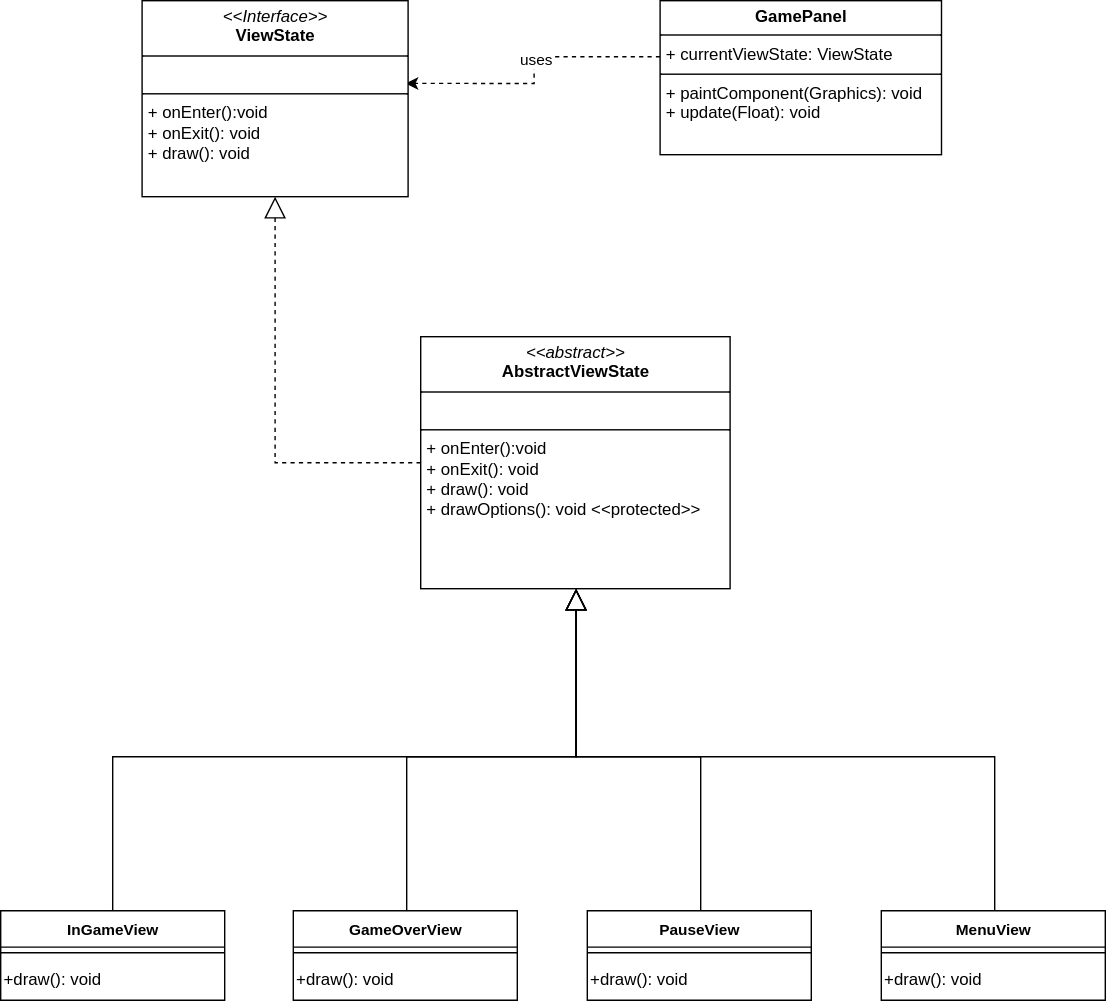
Before: report/svg/AbstractViewState.svg, a diagram exported from draw.io (unibo-oop-projects/OOP24-AlessandroRebosio-FilippoRicciotti-Grace-GraziaBochdanovits-RenovateBot-coffeBreak). Source tidied: cells renumbered, new cells last; positions are measured from the earlier drawing's top-left corner, leaving out a move shared by most shapes. Source of this version:
```xml
<mxGraphModel>
  <root>
    <mxCell id="0" />
    <mxCell id="1" parent="0" />
    <mxCell id="2" style="edgeStyle=orthogonalEdgeStyle;rounded=0;jettySize=auto;html=1;dashed=1;endArrow=block;endFill=0;endSize=13;" parent="1" edge="1" source="3" target="23">
      <mxGeometry relative="1" as="geometry" />
    </mxCell>
    <mxCell id="3" value="&lt;p style=&quot;margin:0px;margin-top:4px;text-align:center;&quot;&gt;&lt;i&gt;&amp;lt;&amp;lt;abstract&amp;gt;&amp;gt;&lt;/i&gt;&lt;br&gt;&lt;b&gt;AbstractViewState&lt;/b&gt;&lt;/p&gt;&lt;hr size=&quot;1&quot; style=&quot;border-style:solid;&quot;&gt;&lt;p style=&quot;margin:0px;margin-left:4px;&quot;&gt;&lt;br&gt;&lt;/p&gt;&lt;hr size=&quot;1&quot; style=&quot;border-style:solid;&quot;&gt;&lt;p style=&quot;margin:0px;margin-left:4px;&quot;&gt;+ onEnter():void&lt;/p&gt;&lt;p style=&quot;margin:0px;margin-left:4px;&quot;&gt;+ onExit(): void&lt;br&gt;+ draw(): void&lt;/p&gt;&lt;p style=&quot;margin:0px;margin-left:4px;&quot;&gt;+ drawOptions(): void &amp;lt;&amp;lt;protected&amp;gt;&amp;gt;&lt;/p&gt;" style="verticalAlign=top;align=left;overflow=fill;html=1;whiteSpace=wrap;" parent="1" vertex="1">
      <mxGeometry x="300" y="240" width="221" height="180" as="geometry" />
    </mxCell>
    <mxCell id="4" style="edgeStyle=orthogonalEdgeStyle;rounded=0;jettySize=auto;html=1;endArrow=block;endFill=0;endSize=13;" parent="1" edge="1" source="5" target="3">
      <mxGeometry relative="1" as="geometry">
        <Array as="points">
          <mxPoint x="710" y="540" />
          <mxPoint x="411" y="540" />
        </Array>
      </mxGeometry>
    </mxCell>
    <mxCell id="5" value="MenuView" style="swimlane;fontStyle=1;align=center;verticalAlign=top;horizontal=1;startSize=26;whiteSpace=wrap;html=1;fontFamily=Helvetica;fontSize=11;fontColor=default;labelBackgroundColor=default;" parent="1" vertex="1">
      <mxGeometry x="629" y="650" width="160" height="64" as="geometry" />
    </mxCell>
    <mxCell id="6" style="line;strokeWidth=1;fillColor=none;align=left;verticalAlign=middle;spacingTop=-1;spacingLeft=3;spacingRight=3;labelPosition=right;strokeColor=inherit;fontFamily=Helvetica;fontSize=11;fontColor=default;labelBackgroundColor=default;" parent="5" vertex="1">
      <mxGeometry y="26" width="160" height="8" as="geometry" />
    </mxCell>
    <mxCell id="7" value="+draw(): void" style="text;html=1;align=left;verticalAlign=middle;strokeColor=none;fillColor=none;" parent="5" vertex="1">
      <mxGeometry y="34" width="160" height="30" as="geometry" />
    </mxCell>
    <mxCell id="8" style="edgeStyle=orthogonalEdgeStyle;rounded=0;jettySize=auto;html=1;endArrow=block;endFill=0;endSize=13;" parent="1" edge="1" source="9" target="3">
      <mxGeometry relative="1" as="geometry">
        <Array as="points">
          <mxPoint x="500" y="540" />
          <mxPoint x="411" y="540" />
        </Array>
      </mxGeometry>
    </mxCell>
    <mxCell id="9" value="PauseView" style="swimlane;fontStyle=1;align=center;verticalAlign=top;horizontal=1;startSize=26;whiteSpace=wrap;html=1;fontFamily=Helvetica;fontSize=11;fontColor=default;labelBackgroundColor=default;" parent="1" vertex="1">
      <mxGeometry x="419" y="650" width="160" height="64" as="geometry" />
    </mxCell>
    <mxCell id="10" style="line;strokeWidth=1;fillColor=none;align=left;verticalAlign=middle;spacingTop=-1;spacingLeft=3;spacingRight=3;labelPosition=right;strokeColor=inherit;fontFamily=Helvetica;fontSize=11;fontColor=default;labelBackgroundColor=default;" parent="9" vertex="1">
      <mxGeometry y="26" width="160" height="8" as="geometry" />
    </mxCell>
    <mxCell id="11" value="+draw(): void" style="text;html=1;align=left;verticalAlign=middle;strokeColor=none;fillColor=none;" parent="9" vertex="1">
      <mxGeometry y="34" width="160" height="30" as="geometry" />
    </mxCell>
    <mxCell id="12" style="edgeStyle=orthogonalEdgeStyle;rounded=0;jettySize=auto;html=1;endArrow=block;endFill=0;endSize=13;" parent="1" edge="1" source="13" target="3">
      <mxGeometry relative="1" as="geometry">
        <Array as="points">
          <mxPoint x="290" y="540" />
          <mxPoint x="411" y="540" />
        </Array>
      </mxGeometry>
    </mxCell>
    <mxCell id="13" value="GameOverView" style="swimlane;fontStyle=1;align=center;verticalAlign=top;horizontal=1;startSize=26;whiteSpace=wrap;html=1;fontFamily=Helvetica;fontSize=11;fontColor=default;labelBackgroundColor=default;" parent="1" vertex="1">
      <mxGeometry x="209" y="650" width="160" height="64" as="geometry" />
    </mxCell>
    <mxCell id="14" style="line;strokeWidth=1;fillColor=none;align=left;verticalAlign=middle;spacingTop=-1;spacingLeft=3;spacingRight=3;labelPosition=right;strokeColor=inherit;fontFamily=Helvetica;fontSize=11;fontColor=default;labelBackgroundColor=default;" parent="13" vertex="1">
      <mxGeometry y="26" width="160" height="8" as="geometry" />
    </mxCell>
    <mxCell id="15" value="+draw(): void" style="text;html=1;align=left;verticalAlign=middle;strokeColor=none;fillColor=none;" parent="13" vertex="1">
      <mxGeometry y="34" width="160" height="30" as="geometry" />
    </mxCell>
    <mxCell id="16" style="edgeStyle=orthogonalEdgeStyle;rounded=0;jettySize=auto;html=1;endArrow=block;endFill=0;endSize=13;exitX=0.5;exitY=0;exitDx=0;exitDy=0;" parent="1" edge="1" source="17" target="3">
      <mxGeometry relative="1" as="geometry">
        <Array as="points">
          <mxPoint x="80" y="540" />
          <mxPoint x="411" y="540" />
        </Array>
      </mxGeometry>
    </mxCell>
    <mxCell id="17" value="InGameView" style="swimlane;fontStyle=1;align=center;verticalAlign=top;horizontal=1;startSize=26;whiteSpace=wrap;html=1;fontFamily=Helvetica;fontSize=11;fontColor=default;labelBackgroundColor=default;" parent="1" vertex="1">
      <mxGeometry y="650" width="160" height="64" as="geometry" />
    </mxCell>
    <mxCell id="18" style="line;strokeWidth=1;fillColor=none;align=left;verticalAlign=middle;spacingTop=-1;spacingLeft=3;spacingRight=3;labelPosition=right;strokeColor=inherit;fontFamily=Helvetica;fontSize=11;fontColor=default;labelBackgroundColor=default;" parent="17" vertex="1">
      <mxGeometry y="26" width="160" height="8" as="geometry" />
    </mxCell>
    <mxCell id="19" value="+draw(): void" style="text;html=1;align=left;verticalAlign=middle;strokeColor=none;fillColor=none;" parent="17" vertex="1">
      <mxGeometry y="34" width="160" height="30" as="geometry" />
    </mxCell>
    <mxCell id="20" style="edgeStyle=orthogonalEdgeStyle;rounded=0;jettySize=auto;html=1;entryX=0.991;entryY=0.422;entryDx=0;entryDy=0;dashed=1;entryPerimeter=0;" parent="1" edge="1" target="23">
      <mxGeometry relative="1" as="geometry">
        <mxPoint x="471" y="40" as="sourcePoint" />
        <Array as="points">
          <mxPoint x="381" y="40" />
          <mxPoint x="381" y="59" />
        </Array>
      </mxGeometry>
    </mxCell>
    <mxCell id="21" value="uses" style="edgeLabel;html=1;align=center;verticalAlign=middle;" parent="20" vertex="1">
      <mxGeometry x="-0.1" relative="1" as="geometry" />
    </mxCell>
    <mxCell id="22" value="&lt;p style=&quot;margin:0px;margin-top:4px;text-align:center;&quot;&gt;&lt;b&gt;GamePanel&lt;/b&gt;&lt;/p&gt;&lt;hr size=&quot;1&quot; style=&quot;border-style:solid;&quot;&gt;&lt;p style=&quot;margin:0px;margin-left:4px;&quot;&gt;&lt;span style=&quot;background-color: transparent; color: light-dark(rgb(0, 0, 0), rgb(255, 255, 255));&quot;&gt;+ currentViewState: ViewState&lt;/span&gt;&lt;/p&gt;&lt;hr size=&quot;1&quot; style=&quot;border-style:solid;&quot;&gt;&lt;p style=&quot;margin:0px;margin-left:4px;&quot;&gt;&lt;span style=&quot;background-color: transparent; color: light-dark(rgb(0, 0, 0), rgb(255, 255, 255));&quot;&gt;+ paintComponent(Graphics): void&lt;/span&gt;&lt;/p&gt;&lt;p style=&quot;margin:0px;margin-left:4px;&quot;&gt;+ update(Float): void&lt;/p&gt;" style="verticalAlign=top;align=left;overflow=fill;html=1;whiteSpace=wrap;" parent="1" vertex="1">
      <mxGeometry x="471" width="201" height="110" as="geometry" />
    </mxCell>
    <mxCell id="23" value="&lt;p style=&quot;margin:0px;margin-top:4px;text-align:center;&quot;&gt;&lt;i&gt;&amp;lt;&amp;lt;Interface&amp;gt;&amp;gt;&lt;/i&gt;&lt;br&gt;&lt;b&gt;ViewState&lt;/b&gt;&lt;/p&gt;&lt;hr size=&quot;1&quot; style=&quot;border-style:solid;&quot;&gt;&lt;p style=&quot;margin:0px;margin-left:4px;&quot;&gt;&lt;br&gt;&lt;/p&gt;&lt;hr size=&quot;1&quot; style=&quot;border-style:solid;&quot;&gt;&lt;p style=&quot;margin: 0px 0px 0px 4px;&quot;&gt;+ onEnter():void&lt;/p&gt;&lt;p style=&quot;margin: 0px 0px 0px 4px;&quot;&gt;+ onExit(): void&lt;br&gt;+ draw(): void&lt;/p&gt;&lt;div&gt;&lt;br&gt;&lt;/div&gt;" style="verticalAlign=top;align=left;overflow=fill;html=1;whiteSpace=wrap;" parent="1" vertex="1">
      <mxGeometry x="101" width="190" height="140" as="geometry" />
    </mxCell>
  </root>
</mxGraphModel>
```
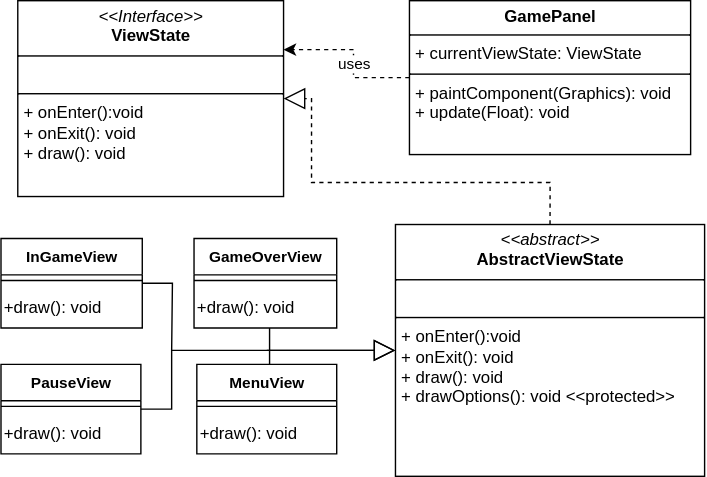
Later version of the same file.

The edit, as a diff of the source:
```diff
@@ -2,86 +2,88 @@
   <root>
     <mxCell id="0" />
     <mxCell id="1" parent="0" />
-    <mxCell id="2" style="edgeStyle=orthogonalEdgeStyle;rounded=0;jettySize=auto;html=1;dashed=1;endArrow=block;endFill=0;endSize=13;" parent="1" edge="1" source="3" target="23">
-      <mxGeometry relative="1" as="geometry" />
+    <mxCell id="2" style="edgeStyle=orthogonalEdgeStyle;rounded=0;jettySize=auto;html=1;dashed=1;endArrow=block;endFill=0;endSize=13;exitX=0.5;exitY=0;exitDx=0;exitDy=0;entryX=1;entryY=0.5;entryDx=0;entryDy=0;" parent="1" edge="1" source="3" target="23">
+      <mxGeometry relative="1" as="geometry">
+        <Array as="points">
+          <mxPoint x="412" y="460" />
+          <mxPoint x="241" y="460" />
+          <mxPoint x="241" y="400" />
+        </Array>
+      </mxGeometry>
     </mxCell>
     <mxCell id="3" value="&lt;p style=&quot;margin:0px;margin-top:4px;text-align:center;&quot;&gt;&lt;i&gt;&amp;lt;&amp;lt;abstract&amp;gt;&amp;gt;&lt;/i&gt;&lt;br&gt;&lt;b&gt;AbstractViewState&lt;/b&gt;&lt;/p&gt;&lt;hr size=&quot;1&quot; style=&quot;border-style:solid;&quot;&gt;&lt;p style=&quot;margin:0px;margin-left:4px;&quot;&gt;&lt;br&gt;&lt;/p&gt;&lt;hr size=&quot;1&quot; style=&quot;border-style:solid;&quot;&gt;&lt;p style=&quot;margin:0px;margin-left:4px;&quot;&gt;+ onEnter():void&lt;/p&gt;&lt;p style=&quot;margin:0px;margin-left:4px;&quot;&gt;+ onExit(): void&lt;br&gt;+ draw(): void&lt;/p&gt;&lt;p style=&quot;margin:0px;margin-left:4px;&quot;&gt;+ drawOptions(): void &amp;lt;&amp;lt;protected&amp;gt;&amp;gt;&lt;/p&gt;" style="verticalAlign=top;align=left;overflow=fill;html=1;whiteSpace=wrap;" parent="1" vertex="1">
-      <mxGeometry x="300" y="240" width="221" height="180" as="geometry" />
+      <mxGeometry x="301" y="490" width="221" height="180" as="geometry" />
     </mxCell>
-    <mxCell id="4" style="edgeStyle=orthogonalEdgeStyle;rounded=0;jettySize=auto;html=1;endArrow=block;endFill=0;endSize=13;" parent="1" edge="1" source="5" target="3">
-      <mxGeometry relative="1" as="geometry">
-        <Array as="points">
-          <mxPoint x="710" y="540" />
-          <mxPoint x="411" y="540" />
-        </Array>
-      </mxGeometry>
-    </mxCell>
+    <mxCell id="24" style="edgeStyle=orthogonalEdgeStyle;rounded=0;jettySize=auto;html=1;endArrow=none;endFill=0;" parent="1" edge="1" source="5">
+      <mxGeometry relative="1" as="geometry">
+        <mxPoint x="209" y="580" as="targetPoint" />
+        <Array as="points">
+          <mxPoint x="211" y="580" />
+        </Array>
+      </mxGeometry>
+    </mxCell>
     <mxCell id="5" value="MenuView" style="swimlane;fontStyle=1;align=center;verticalAlign=top;horizontal=1;startSize=26;whiteSpace=wrap;html=1;fontFamily=Helvetica;fontSize=11;fontColor=default;labelBackgroundColor=default;" parent="1" vertex="1">
-      <mxGeometry x="629" y="650" width="160" height="64" as="geometry" />
+      <mxGeometry x="159" y="590" width="100" height="64" as="geometry" />
     </mxCell>
     <mxCell id="6" style="line;strokeWidth=1;fillColor=none;align=left;verticalAlign=middle;spacingTop=-1;spacingLeft=3;spacingRight=3;labelPosition=right;strokeColor=inherit;fontFamily=Helvetica;fontSize=11;fontColor=default;labelBackgroundColor=default;" parent="5" vertex="1">
-      <mxGeometry y="26" width="160" height="8" as="geometry" />
+      <mxGeometry y="26" width="100" height="8" as="geometry" />
     </mxCell>
     <mxCell id="7" value="+draw(): void" style="text;html=1;align=left;verticalAlign=middle;strokeColor=none;fillColor=none;" parent="5" vertex="1">
-      <mxGeometry y="34" width="160" height="30" as="geometry" />
+      <mxGeometry y="34" width="100" height="30" as="geometry" />
     </mxCell>
-    <mxCell id="8" style="edgeStyle=orthogonalEdgeStyle;rounded=0;jettySize=auto;html=1;endArrow=block;endFill=0;endSize=13;" parent="1" edge="1" source="9" target="3">
-      <mxGeometry relative="1" as="geometry">
-        <Array as="points">
-          <mxPoint x="500" y="540" />
-          <mxPoint x="411" y="540" />
-        </Array>
-      </mxGeometry>
-    </mxCell>
+    <mxCell id="25" style="edgeStyle=orthogonalEdgeStyle;rounded=0;jettySize=auto;html=1;endArrow=block;endFill=0;endSize=13;" parent="1" edge="1" source="9">
+      <mxGeometry relative="1" as="geometry">
+        <mxPoint x="301" y="580" as="targetPoint" />
+        <Array as="points">
+          <mxPoint x="141" y="622" />
+          <mxPoint x="141" y="580" />
+        </Array>
+      </mxGeometry>
+    </mxCell>
     <mxCell id="9" value="PauseView" style="swimlane;fontStyle=1;align=center;verticalAlign=top;horizontal=1;startSize=26;whiteSpace=wrap;html=1;fontFamily=Helvetica;fontSize=11;fontColor=default;labelBackgroundColor=default;" parent="1" vertex="1">
-      <mxGeometry x="419" y="650" width="160" height="64" as="geometry" />
+      <mxGeometry x="19" y="590" width="100" height="64" as="geometry" />
     </mxCell>
     <mxCell id="10" style="line;strokeWidth=1;fillColor=none;align=left;verticalAlign=middle;spacingTop=-1;spacingLeft=3;spacingRight=3;labelPosition=right;strokeColor=inherit;fontFamily=Helvetica;fontSize=11;fontColor=default;labelBackgroundColor=default;" parent="9" vertex="1">
-      <mxGeometry y="26" width="160" height="8" as="geometry" />
+      <mxGeometry y="26" width="100" height="8" as="geometry" />
     </mxCell>
     <mxCell id="11" value="+draw(): void" style="text;html=1;align=left;verticalAlign=middle;strokeColor=none;fillColor=none;" parent="9" vertex="1">
-      <mxGeometry y="34" width="160" height="30" as="geometry" />
+      <mxGeometry y="34" width="100" height="30" as="geometry" />
     </mxCell>
     <mxCell id="12" style="edgeStyle=orthogonalEdgeStyle;rounded=0;jettySize=auto;html=1;endArrow=block;endFill=0;endSize=13;" parent="1" edge="1" source="13" target="3">
       <mxGeometry relative="1" as="geometry">
         <Array as="points">
-          <mxPoint x="290" y="540" />
-          <mxPoint x="411" y="540" />
+          <mxPoint x="211" y="580" />
         </Array>
       </mxGeometry>
     </mxCell>
     <mxCell id="13" value="GameOverView" style="swimlane;fontStyle=1;align=center;verticalAlign=top;horizontal=1;startSize=26;whiteSpace=wrap;html=1;fontFamily=Helvetica;fontSize=11;fontColor=default;labelBackgroundColor=default;" parent="1" vertex="1">
-      <mxGeometry x="209" y="650" width="160" height="64" as="geometry" />
+      <mxGeometry x="157" y="500" width="102" height="64" as="geometry" />
     </mxCell>
     <mxCell id="14" style="line;strokeWidth=1;fillColor=none;align=left;verticalAlign=middle;spacingTop=-1;spacingLeft=3;spacingRight=3;labelPosition=right;strokeColor=inherit;fontFamily=Helvetica;fontSize=11;fontColor=default;labelBackgroundColor=default;" parent="13" vertex="1">
-      <mxGeometry y="26" width="160" height="8" as="geometry" />
+      <mxGeometry y="26" width="102" height="8" as="geometry" />
     </mxCell>
     <mxCell id="15" value="+draw(): void" style="text;html=1;align=left;verticalAlign=middle;strokeColor=none;fillColor=none;" parent="13" vertex="1">
-      <mxGeometry y="34" width="160" height="30" as="geometry" />
+      <mxGeometry y="34" width="102" height="30" as="geometry" />
     </mxCell>
-    <mxCell id="16" style="edgeStyle=orthogonalEdgeStyle;rounded=0;jettySize=auto;html=1;endArrow=block;endFill=0;endSize=13;exitX=0.5;exitY=0;exitDx=0;exitDy=0;" parent="1" edge="1" source="17" target="3">
-      <mxGeometry relative="1" as="geometry">
-        <Array as="points">
-          <mxPoint x="80" y="540" />
-          <mxPoint x="411" y="540" />
-        </Array>
-      </mxGeometry>
-    </mxCell>
+    <mxCell id="26" style="edgeStyle=orthogonalEdgeStyle;rounded=0;jettySize=auto;html=1;endArrow=none;endFill=0;" parent="1" edge="1" source="17">
+      <mxGeometry relative="1" as="geometry">
+        <mxPoint x="141" y="580" as="targetPoint" />
+      </mxGeometry>
+    </mxCell>
     <mxCell id="17" value="InGameView" style="swimlane;fontStyle=1;align=center;verticalAlign=top;horizontal=1;startSize=26;whiteSpace=wrap;html=1;fontFamily=Helvetica;fontSize=11;fontColor=default;labelBackgroundColor=default;" parent="1" vertex="1">
-      <mxGeometry y="650" width="160" height="64" as="geometry" />
+      <mxGeometry x="19" y="500" width="101" height="64" as="geometry" />
     </mxCell>
     <mxCell id="18" style="line;strokeWidth=1;fillColor=none;align=left;verticalAlign=middle;spacingTop=-1;spacingLeft=3;spacingRight=3;labelPosition=right;strokeColor=inherit;fontFamily=Helvetica;fontSize=11;fontColor=default;labelBackgroundColor=default;" parent="17" vertex="1">
-      <mxGeometry y="26" width="160" height="8" as="geometry" />
+      <mxGeometry y="26" width="101" height="8" as="geometry" />
     </mxCell>
     <mxCell id="19" value="+draw(): void" style="text;html=1;align=left;verticalAlign=middle;strokeColor=none;fillColor=none;" parent="17" vertex="1">
-      <mxGeometry y="34" width="160" height="30" as="geometry" />
+      <mxGeometry y="34" width="101" height="30" as="geometry" />
     </mxCell>
-    <mxCell id="20" style="edgeStyle=orthogonalEdgeStyle;rounded=0;jettySize=auto;html=1;entryX=0.991;entryY=0.422;entryDx=0;entryDy=0;dashed=1;entryPerimeter=0;" parent="1" edge="1" target="23">
+    <mxCell id="20" style="edgeStyle=orthogonalEdgeStyle;rounded=0;jettySize=auto;html=1;dashed=1;entryX=1;entryY=0.25;entryDx=0;entryDy=0;" parent="1" edge="1" source="22" target="23">
       <mxGeometry relative="1" as="geometry">
-        <mxPoint x="471" y="40" as="sourcePoint" />
         <Array as="points">
-          <mxPoint x="381" y="40" />
-          <mxPoint x="381" y="59" />
+          <mxPoint x="271" y="385" />
+          <mxPoint x="271" y="365" />
         </Array>
       </mxGeometry>
     </mxCell>
@@ -89,10 +91,10 @@
       <mxGeometry x="-0.1" relative="1" as="geometry" />
     </mxCell>
     <mxCell id="22" value="&lt;p style=&quot;margin:0px;margin-top:4px;text-align:center;&quot;&gt;&lt;b&gt;GamePanel&lt;/b&gt;&lt;/p&gt;&lt;hr size=&quot;1&quot; style=&quot;border-style:solid;&quot;&gt;&lt;p style=&quot;margin:0px;margin-left:4px;&quot;&gt;&lt;span style=&quot;background-color: transparent; color: light-dark(rgb(0, 0, 0), rgb(255, 255, 255));&quot;&gt;+ currentViewState: ViewState&lt;/span&gt;&lt;/p&gt;&lt;hr size=&quot;1&quot; style=&quot;border-style:solid;&quot;&gt;&lt;p style=&quot;margin:0px;margin-left:4px;&quot;&gt;&lt;span style=&quot;background-color: transparent; color: light-dark(rgb(0, 0, 0), rgb(255, 255, 255));&quot;&gt;+ paintComponent(Graphics): void&lt;/span&gt;&lt;/p&gt;&lt;p style=&quot;margin:0px;margin-left:4px;&quot;&gt;+ update(Float): void&lt;/p&gt;" style="verticalAlign=top;align=left;overflow=fill;html=1;whiteSpace=wrap;" parent="1" vertex="1">
-      <mxGeometry x="471" width="201" height="110" as="geometry" />
+      <mxGeometry x="311" y="330" width="201" height="110" as="geometry" />
     </mxCell>
     <mxCell id="23" value="&lt;p style=&quot;margin:0px;margin-top:4px;text-align:center;&quot;&gt;&lt;i&gt;&amp;lt;&amp;lt;Interface&amp;gt;&amp;gt;&lt;/i&gt;&lt;br&gt;&lt;b&gt;ViewState&lt;/b&gt;&lt;/p&gt;&lt;hr size=&quot;1&quot; style=&quot;border-style:solid;&quot;&gt;&lt;p style=&quot;margin:0px;margin-left:4px;&quot;&gt;&lt;br&gt;&lt;/p&gt;&lt;hr size=&quot;1&quot; style=&quot;border-style:solid;&quot;&gt;&lt;p style=&quot;margin: 0px 0px 0px 4px;&quot;&gt;+ onEnter():void&lt;/p&gt;&lt;p style=&quot;margin: 0px 0px 0px 4px;&quot;&gt;+ onExit(): void&lt;br&gt;+ draw(): void&lt;/p&gt;&lt;div&gt;&lt;br&gt;&lt;/div&gt;" style="verticalAlign=top;align=left;overflow=fill;html=1;whiteSpace=wrap;" parent="1" vertex="1">
-      <mxGeometry x="101" width="190" height="140" as="geometry" />
+      <mxGeometry x="31" y="330" width="190" height="140" as="geometry" />
     </mxCell>
   </root>
 </mxGraphModel>
```
